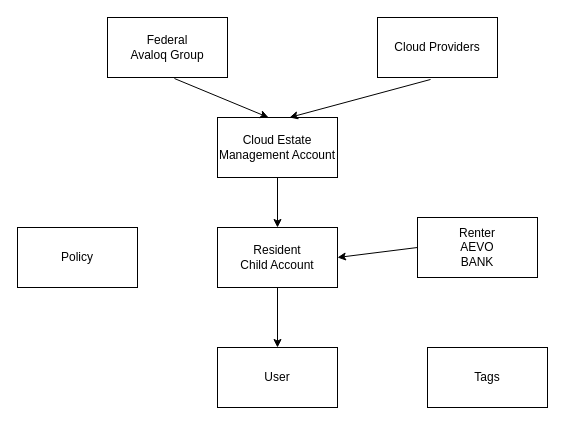
Earlier version of the draw.io diagram page "Page-2" (2 of 2) of federal-cloud-relationship.drawio (paihari/vending-machine-golang-graphql). Source tidied: cells renumbered, new cells numbered last; positions are measured from the earlier drawing's top-left corner, leaving out a move shared by most shapes. Both pictures are drawn from the tidied source at 100%, with x=0, y=0 at pixel (17, 17).
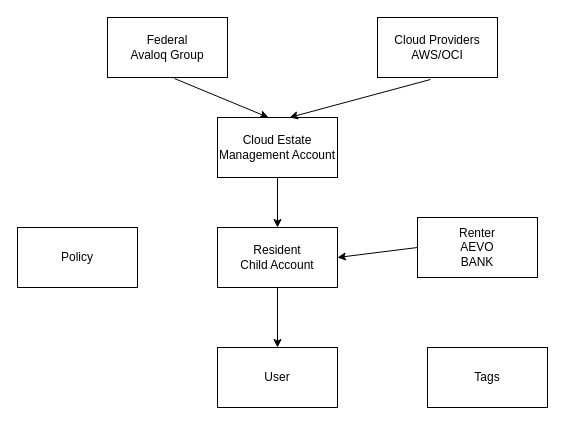
After the change.

Diff of the diagram source:
```diff
@@
 <mxGraphModel>
   <root>
     <mxCell id="0" />
     <mxCell id="1" parent="0" />
     <mxCell id="2" value="Cloud Estate&lt;br&gt;Management Account" style="rounded=0;whiteSpace=wrap;html=1;" parent="1" vertex="1">
       <mxGeometry x="200" y="100" width="120" height="60" as="geometry" />
     </mxCell>
     <mxCell id="3" value="Federal&lt;br&gt;Avaloq Group" style="rounded=0;whiteSpace=wrap;html=1;" parent="1" vertex="1">
       <mxGeometry x="90" width="120" height="60" as="geometry" />
     </mxCell>
-    <mxCell id="4" value="Cloud Providers" style="rounded=0;whiteSpace=wrap;html=1;" parent="1" vertex="1">
+    <mxCell id="4" value="Cloud Providers&lt;br&gt;AWS/OCI" style="rounded=0;whiteSpace=wrap;html=1;" parent="1" vertex="1">
       <mxGeometry x="360" width="120" height="60" as="geometry" />
     </mxCell>
     <mxCell id="5" value="Resident&lt;br&gt;Child Account" style="rounded=0;whiteSpace=wrap;html=1;" parent="1" vertex="1">
       <mxGeometry x="200" y="210" width="120" height="60" as="geometry" />
     </mxCell>
     <mxCell id="6" value="Renter&lt;br&gt;AEVO&lt;br&gt;BANK" style="rounded=0;whiteSpace=wrap;html=1;" parent="1" vertex="1">
       <mxGeometry x="400" y="200" width="120" height="60" as="geometry" />
     </mxCell>
     <mxCell id="7" style="endArrow=classic;html=1;exitX=0.558;exitY=1.017;exitDx=0;exitDy=0;exitPerimeter=0;entryX=0.425;entryY=0;entryDx=0;entryDy=0;entryPerimeter=0;" parent="1" edge="1" source="3" target="2">
       <mxGeometry relative="1" as="geometry" />
     </mxCell>
     <mxCell id="8" style="endArrow=classic;html=1;exitX=0.442;exitY=1.033;exitDx=0;exitDy=0;exitPerimeter=0;entryX=0.6;entryY=0;entryDx=0;entryDy=0;entryPerimeter=0;" parent="1" edge="1" source="4" target="2">
       <mxGeometry relative="1" as="geometry" />
     </mxCell>
     <mxCell id="9" style="endArrow=classic;html=1;exitX=0.5;exitY=1;exitDx=0;exitDy=0;entryX=0.5;entryY=0;entryDx=0;entryDy=0;" parent="1" edge="1" source="2" target="5">
       <mxGeometry relative="1" as="geometry" />
     </mxCell>
     <mxCell id="10" style="endArrow=classic;html=1;exitX=0;exitY=0.5;exitDx=0;exitDy=0;entryX=1;entryY=0.5;entryDx=0;entryDy=0;" parent="1" edge="1" source="6" target="5">
       <mxGeometry relative="1" as="geometry" />
     </mxCell>
     <mxCell id="11" value="User" style="rounded=0;whiteSpace=wrap;html=1;" parent="1" vertex="1">
       <mxGeometry x="200" y="330" width="120" height="60" as="geometry" />
     </mxCell>
     <mxCell id="12" style="endArrow=classic;html=1;entryX=0.5;entryY=0;entryDx=0;entryDy=0;exitX=0.5;exitY=1;exitDx=0;exitDy=0;" parent="1" edge="1" source="5" target="11">
       <mxGeometry relative="1" as="geometry" />
     </mxCell>
     <mxCell id="13" value="Policy" style="rounded=0;whiteSpace=wrap;html=1;" parent="1" vertex="1">
       <mxGeometry y="210" width="120" height="60" as="geometry" />
     </mxCell>
     <mxCell id="14" value="Tags" style="rounded=0;whiteSpace=wrap;html=1;" parent="1" vertex="1">
       <mxGeometry x="410" y="330" width="120" height="60" as="geometry" />
     </mxCell>
   </root>
 </mxGraphModel>
```
